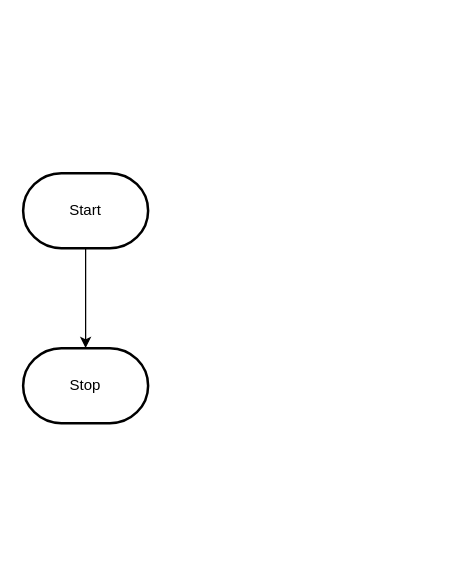
Before: design/flowchart.drawio in MTHS-ICD2O-1-2023/ICD2O-Unit-6-04-nathan-desilva, a draw.io diagram. Source tidied: cells renumbered, new cells numbered last; positions are measured from the earlier drawing's top-left corner, leaving out a move shared by most shapes. Both pictures are drawn from the tidied source at 125%, with x=0, y=0 at pixel (22, 172).
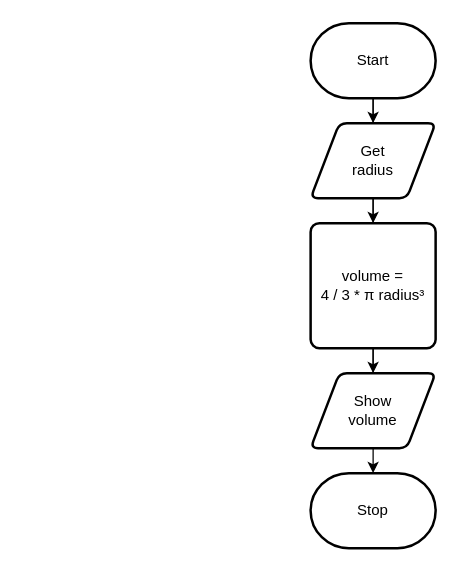
Above is the later version.

The edit, as a diff of the source:
```diff
@@
 <mxGraphModel>
   <root>
     <mxCell id="0" />
     <mxCell id="1" parent="0" />
-    <mxCell id="2" style="edgeStyle=orthogonalEdgeStyle;html=1;rounded=0;" parent="1" edge="1" source="3" target="4">
+    <mxCell id="2" style="edgeStyle=orthogonalEdgeStyle;html=1;rounded=0;startArrow=none;" parent="1" edge="1" source="13" target="4">
       <mxGeometry relative="1" as="geometry" />
     </mxCell>
+    <mxCell id="5" style="edgeStyle=none;html=1;entryX=0.5;entryY=0;entryDx=0;entryDy=0;" parent="1" edge="1" source="3" target="8">
+      <mxGeometry relative="1" as="geometry" />
+    </mxCell>
     <mxCell id="3" value="Start" style="strokeWidth=2;html=1;shape=mxgraph.flowchart.terminator;whiteSpace=wrap;" parent="1" vertex="1">
-      <mxGeometry width="100" height="60" as="geometry" />
+      <mxGeometry x="230" y="-120" width="100" height="60" as="geometry" />
     </mxCell>
     <mxCell id="4" value="Stop" style="strokeWidth=2;html=1;shape=mxgraph.flowchart.terminator;whiteSpace=wrap;" parent="1" vertex="1">
-      <mxGeometry y="140" width="100" height="60" as="geometry" />
+      <mxGeometry x="230" y="240" width="100" height="60" as="geometry" />
     </mxCell>
+    <mxCell id="6" style="edgeStyle=orthogonalEdgeStyle;html=1;rounded=0;endArrow=none;" parent="1" edge="1" source="3" target="8">
+      <mxGeometry relative="1" as="geometry" />
+    </mxCell>
+    <mxCell id="7" style="edgeStyle=none;html=1;" parent="1" edge="1" source="8" target="11">
+      <mxGeometry relative="1" as="geometry" />
+    </mxCell>
+    <mxCell id="8" value="Get&lt;br&gt;radius" style="shape=parallelogram;html=1;strokeWidth=2;perimeter=parallelogramPerimeter;whiteSpace=wrap;rounded=1;arcSize=12;size=0.23;" parent="1" vertex="1">
+      <mxGeometry x="230" y="-40" width="100" height="60" as="geometry" />
+    </mxCell>
+    <mxCell id="9" style="edgeStyle=orthogonalEdgeStyle;html=1;rounded=0;startArrow=none;endArrow=none;" parent="1" edge="1" source="8" target="11">
+      <mxGeometry relative="1" as="geometry" />
+    </mxCell>
+    <mxCell id="10" style="edgeStyle=none;html=1;entryX=0.5;entryY=0;entryDx=0;entryDy=0;" parent="1" edge="1" source="11" target="13">
+      <mxGeometry relative="1" as="geometry" />
+    </mxCell>
+    <mxCell id="11" value="volume = &lt;br&gt;4 / 3 * π radius³" style="rounded=1;whiteSpace=wrap;html=1;absoluteArcSize=1;arcSize=14;strokeWidth=2;" parent="1" vertex="1">
+      <mxGeometry x="230" y="40" width="100" height="100" as="geometry" />
+    </mxCell>
+    <mxCell id="12" style="edgeStyle=orthogonalEdgeStyle;html=1;rounded=0;startArrow=none;endArrow=none;" parent="1" edge="1" source="11" target="13">
+      <mxGeometry relative="1" as="geometry" />
+    </mxCell>
+    <mxCell id="13" value="Show&lt;br&gt;volume" style="shape=parallelogram;html=1;strokeWidth=2;perimeter=parallelogramPerimeter;whiteSpace=wrap;rounded=1;arcSize=12;size=0.23;" parent="1" vertex="1">
+      <mxGeometry x="230" y="160" width="100" height="60" as="geometry" />
+    </mxCell>
   </root>
 </mxGraphModel>
```
